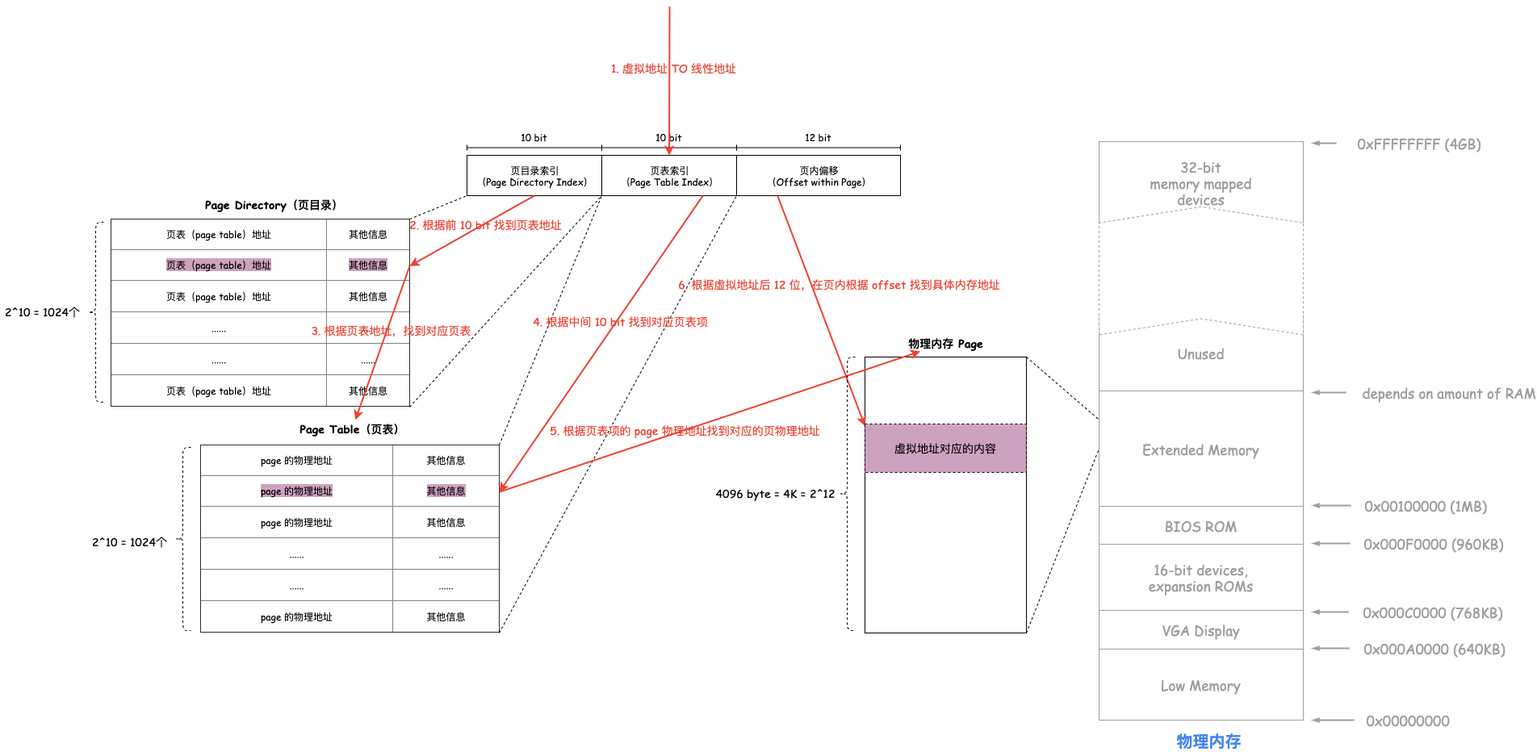
Before: img/2021/10/address-map.png, a diagram exported from draw.io (LoveXiaoLiu/lovexiaoliu.github.io). Source tidied: cells renumbered, new cells last; positions are measured from the earlier drawing's top-left corner, leaving out a move shared by most shapes.
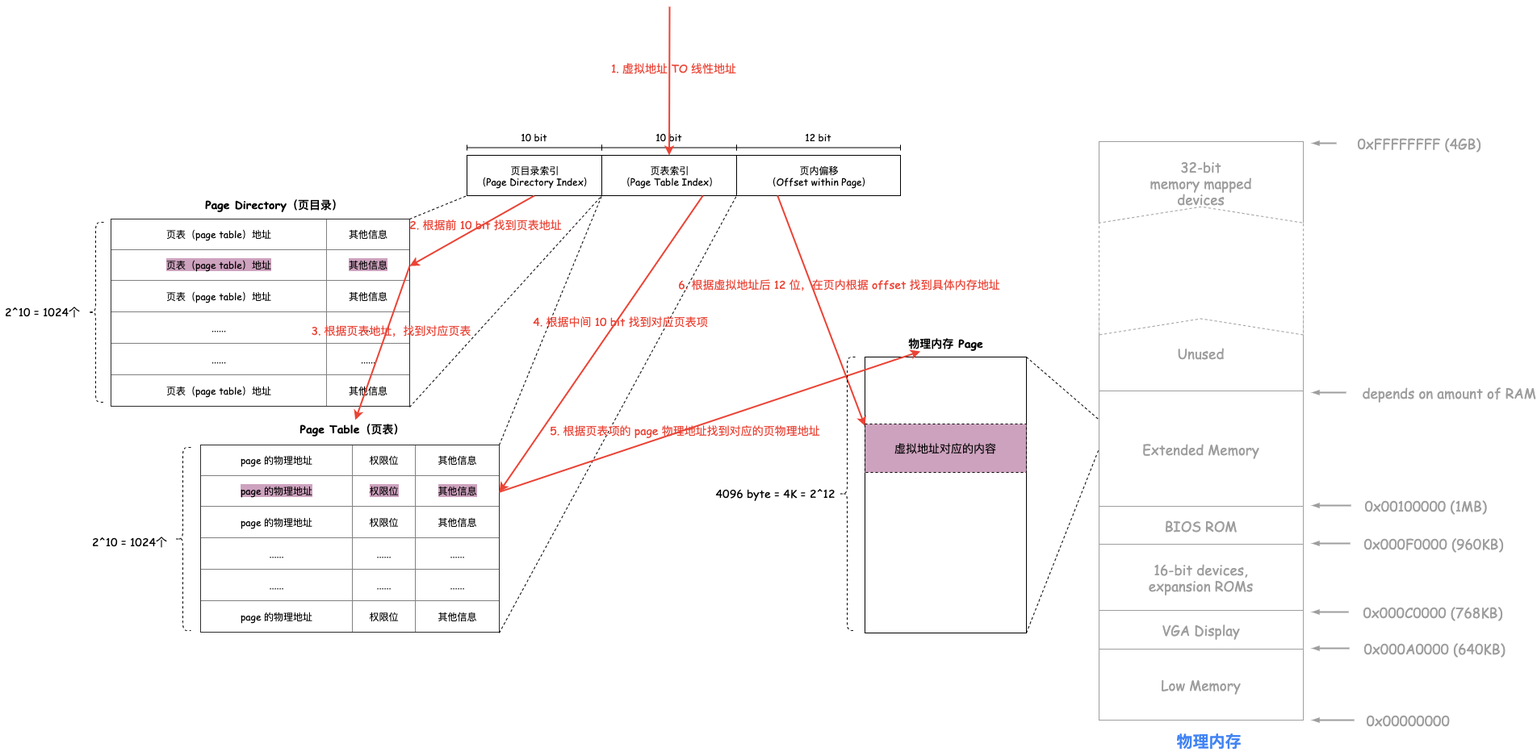
The same diagram one commit later.

The edit, as a diff of the source:
```diff
@@ -38,7 +38,7 @@
     <mxCell id="13" value="2^10 = 1024个" style="text;html=1;align=center;verticalAlign=middle;fontSize=14;fontFamily=Comic Sans MS;" parent="1" vertex="1">
       <mxGeometry y="367" width="103" height="21" as="geometry" />
     </mxCell>
-    <mxCell id="14" value="&lt;table border=&quot;1&quot; width=&quot;100%&quot; style=&quot;width: 100% ; height: 100% ; border-collapse: collapse&quot;&gt;&lt;tbody&gt;&lt;tr&gt;&lt;td align=&quot;center&quot;&gt;page 的物理地址&lt;/td&gt;&lt;td align=&quot;center&quot;&gt;其他信息&lt;/td&gt;&lt;/tr&gt;&lt;tr&gt;&lt;td align=&quot;center&quot;&gt;&lt;span style=&quot;background-color: rgb(205 , 162 , 190)&quot;&gt;page 的物理地址&lt;br&gt;&lt;/span&gt;&lt;/td&gt;&lt;td align=&quot;center&quot;&gt;&lt;span style=&quot;background-color: rgb(205 , 162 , 190)&quot;&gt;其他信息&lt;/span&gt;&lt;/td&gt;&lt;/tr&gt;&lt;tr&gt;&lt;td align=&quot;center&quot;&gt;page 的物理地址&lt;br&gt;&lt;/td&gt;&lt;td align=&quot;center&quot;&gt;其他信息&lt;/td&gt;&lt;/tr&gt;&lt;tr&gt;&lt;td&gt;......&lt;/td&gt;&lt;td&gt;......&lt;/td&gt;&lt;/tr&gt;&lt;tr&gt;&lt;td&gt;......&lt;/td&gt;&lt;td&gt;......&lt;/td&gt;&lt;/tr&gt;&lt;tr&gt;&lt;td&gt;page 的物理地址&lt;br&gt;&lt;/td&gt;&lt;td&gt;其他信息&lt;br&gt;&lt;/td&gt;&lt;/tr&gt;&lt;/tbody&gt;&lt;/table&gt;" style="text;html=1;strokeColor=none;fillColor=none;overflow=fill;fontFamily=Comic Sans MS;align=center;" parent="1" vertex="1">
+    <mxCell id="14" value="&lt;table border=&quot;1&quot; width=&quot;100%&quot; style=&quot;width: 100% ; height: 100% ; border-collapse: collapse&quot;&gt;&lt;tbody&gt;&lt;tr&gt;&lt;td align=&quot;center&quot;&gt;page 的物理地址&lt;/td&gt;&lt;td align=&quot;center&quot;&gt;权限位&lt;/td&gt;&lt;td&gt;其他信息&lt;/td&gt;&lt;/tr&gt;&lt;tr&gt;&lt;td align=&quot;center&quot;&gt;&lt;span style=&quot;background-color: rgb(205 , 162 , 190)&quot;&gt;page 的物理地址&lt;br&gt;&lt;/span&gt;&lt;/td&gt;&lt;td align=&quot;center&quot;&gt;&lt;span style=&quot;background-color: rgb(205 , 162 , 190)&quot;&gt;权限位&lt;br&gt;&lt;/span&gt;&lt;/td&gt;&lt;td&gt;&lt;span style=&quot;background-color: rgb(205 , 162 , 190)&quot;&gt;其他信息&lt;/span&gt;&lt;br&gt;&lt;/td&gt;&lt;/tr&gt;&lt;tr&gt;&lt;td align=&quot;center&quot;&gt;page 的物理地址&lt;br&gt;&lt;/td&gt;&lt;td align=&quot;center&quot;&gt;权限位&lt;br&gt;&lt;/td&gt;&lt;td&gt;其他信息&lt;br&gt;&lt;/td&gt;&lt;/tr&gt;&lt;tr&gt;&lt;td&gt;......&lt;/td&gt;&lt;td&gt;......&lt;/td&gt;&lt;td&gt;......&lt;/td&gt;&lt;/tr&gt;&lt;tr&gt;&lt;td&gt;......&lt;/td&gt;&lt;td&gt;......&lt;/td&gt;&lt;td&gt;......&lt;/td&gt;&lt;/tr&gt;&lt;tr&gt;&lt;td&gt;page 的物理地址&lt;br&gt;&lt;/td&gt;&lt;td&gt;权限位&lt;br&gt;&lt;/td&gt;&lt;td&gt;其他信息&lt;br&gt;&lt;/td&gt;&lt;/tr&gt;&lt;/tbody&gt;&lt;/table&gt;" style="text;html=1;strokeColor=none;fillColor=none;overflow=fill;fontFamily=Comic Sans MS;align=center;" parent="1" vertex="1">
       <mxGeometry x="249" y="543" width="369" height="233" as="geometry" />
     </mxCell>
     <mxCell id="15" value="Page Table（页表）" style="text;html=1;align=center;verticalAlign=middle;points=[];fontFamily=Comic Sans MS;fontSize=14;fontStyle=1;" parent="1" vertex="1">
```
